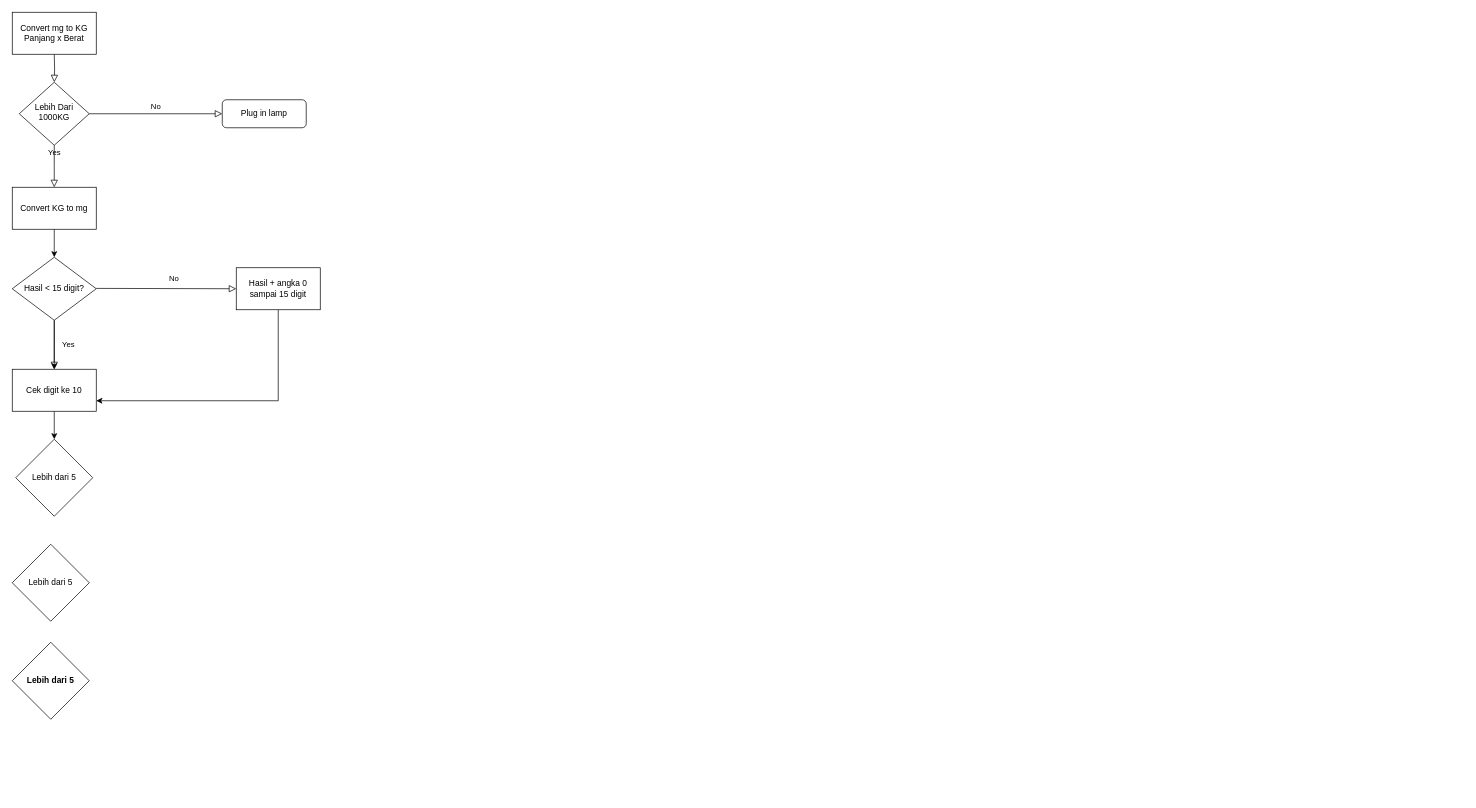
Before: Untitled Diagram.drawio in Rudi16/05_Source-Code, a draw.io diagram. Source tidied: cells renumbered, new cells numbered last; positions are measured from the earlier drawing's top-left corner, leaving out a move shared by most shapes. Both pictures are drawn from the tidied source at 70%, with x=0, y=0 at pixel (12, 12).
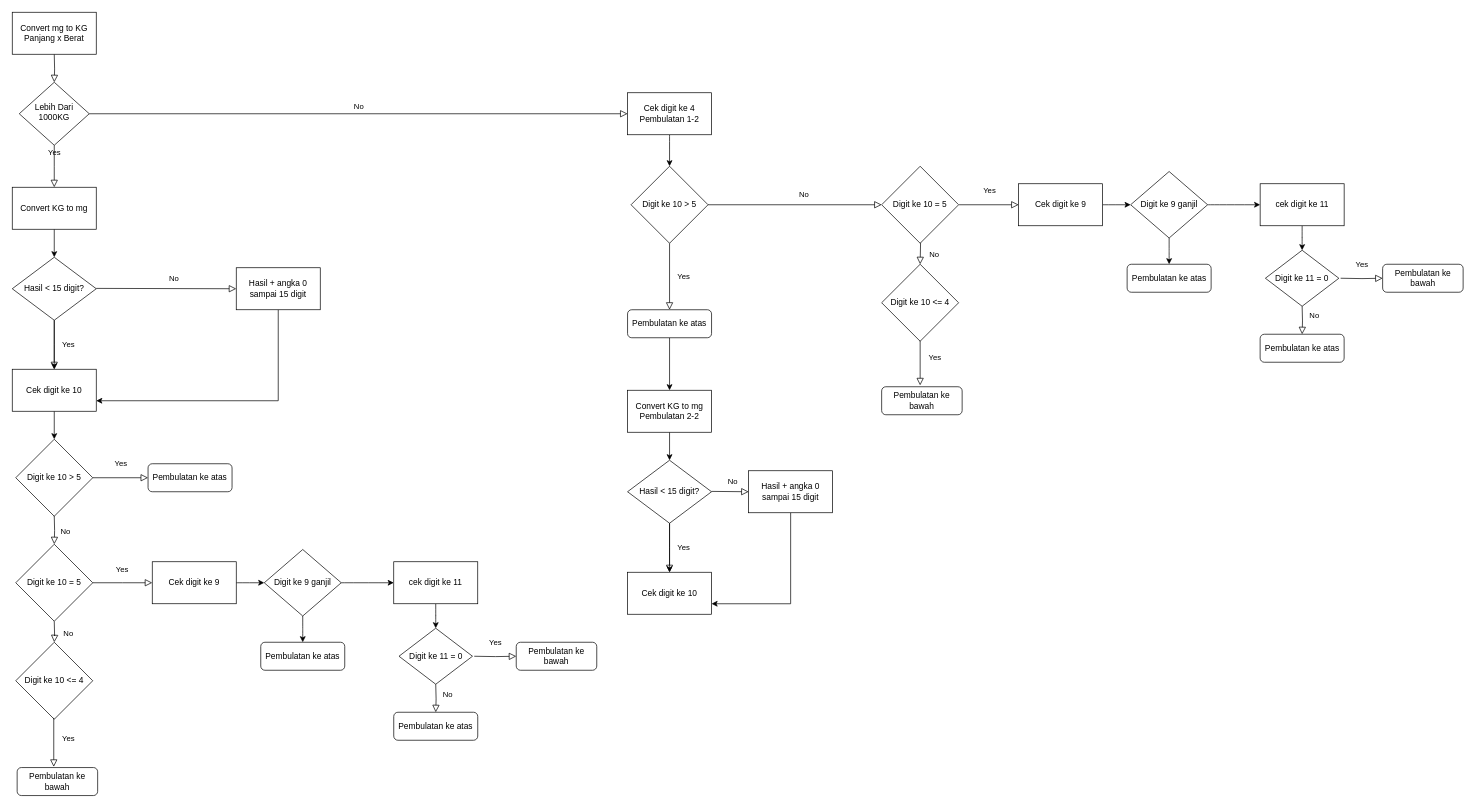
After the change.

The change refers to these unchanged cells:
```xml
<mxCell id="5" value="Lebih Dari 1000KG&lt;br&gt;" style="rhombus;whiteSpace=wrap;html=1;shadow=0;fontFamily=Helvetica;fontSize=12;align=center;strokeWidth=1;spacing=6;spacingTop=-4;" parent="1" vertex="1">
  <mxGeometry x="10" y="100" width="100" height="90" as="geometry" />
</mxCell>
```

The edit, as a diff of the source:
```diff
@@
-    <mxCell id="4" value="No" style="edgeStyle=orthogonalEdgeStyle;rounded=0;html=1;jettySize=auto;fontSize=11;endArrow=block;endFill=0;endSize=8;strokeWidth=1;shadow=0;labelBackgroundColor=none;" parent="1" edge="1" source="5" target="6">
+    <mxCell id="4" value="No" style="edgeStyle=orthogonalEdgeStyle;rounded=0;html=1;jettySize=auto;fontSize=11;endArrow=block;endFill=0;endSize=8;strokeWidth=1;shadow=0;labelBackgroundColor=none;entryX=0;entryY=0.5;entryDx=0;entryDy=0;" parent="1" edge="1" source="5" target="42">
       <mxGeometry y="10" relative="1" as="geometry" />
     </mxCell>
@@
-    <mxCell id="6" value="Plug in lamp" style="rounded=1;whiteSpace=wrap;html=1;fontSize=12;glass=0;strokeWidth=1;shadow=0;" parent="1" vertex="1">
-      <mxGeometry x="300" y="125" width="120" height="40" as="geometry" />
-    </mxCell>
@@
-    <mxCell id="18" value="Lebih dari 5&lt;br&gt;" style="rhombus;whiteSpace=wrap;html=1;" parent="1" vertex="1">
-      <mxGeometry y="760" width="110" height="110" as="geometry" />
+    <mxCell id="18" value="Digit ke 10 = 5" style="rhombus;whiteSpace=wrap;html=1;" parent="1" vertex="1">
+      <mxGeometry x="5" y="760" width="110" height="110" as="geometry" />
     </mxCell>
-    <mxCell id="19" value="Lebih dari 5&lt;br&gt;" style="rhombus;whiteSpace=wrap;html=1;" parent="1" vertex="1">
+    <mxCell id="19" value="Digit ke 10 &amp;gt; 5" style="rhombus;whiteSpace=wrap;html=1;" parent="1" vertex="1">
       <mxGeometry x="5" y="610" width="110" height="110" as="geometry" />
     </mxCell>
-    <mxCell id="20" value="Lebih dari 5&lt;br&gt;" style="rhombus;whiteSpace=wrap;html=1;fontStyle=1;" parent="1" vertex="1">
-      <mxGeometry y="900" width="110" height="110" as="geometry" />
+    <mxCell id="20" value="&lt;span style=&quot;font-weight: 400;&quot;&gt;Digit ke 10 &amp;lt;= 4&lt;/span&gt;" style="rhombus;whiteSpace=wrap;html=1;fontStyle=1;" parent="1" vertex="1">
+      <mxGeometry x="5" y="900" width="110" height="110" as="geometry" />
     </mxCell>
+    <mxCell id="21" value="No" style="edgeStyle=orthogonalEdgeStyle;rounded=0;html=1;jettySize=auto;fontSize=11;endArrow=block;endFill=0;endSize=8;strokeWidth=1;shadow=0;labelBackgroundColor=none;" parent="1" edge="1" target="18">
+      <mxGeometry x="0.1" y="15" relative="1" as="geometry">
+        <mxPoint x="60" y="719.5" as="sourcePoint" />
+        <mxPoint x="1" as="offset" />
+      </mxGeometry>
+    </mxCell>
+    <mxCell id="22" value="No" style="edgeStyle=orthogonalEdgeStyle;rounded=0;html=1;jettySize=auto;fontSize=11;endArrow=block;endFill=0;endSize=8;strokeWidth=1;shadow=0;labelBackgroundColor=none;" parent="1" edge="1" target="20">
+      <mxGeometry x="0.2" y="20" relative="1" as="geometry">
+        <mxPoint x="60" y="870" as="sourcePoint" />
+      </mxGeometry>
+    </mxCell>
+    <mxCell id="23" value="Yes" style="rounded=0;html=1;jettySize=auto;fontSize=11;endArrow=block;endFill=0;endSize=8;strokeWidth=1;shadow=0;labelBackgroundColor=none;edgeStyle=orthogonalEdgeStyle;exitX=1;exitY=0.5;exitDx=0;exitDy=0;entryX=0;entryY=0.5;entryDx=0;entryDy=0;" parent="1" edge="1" source="19" target="24">
+      <mxGeometry y="20" relative="1" as="geometry" />
+    </mxCell>
+    <mxCell id="24" value="Pembulatan ke atas" style="rounded=1;whiteSpace=wrap;html=1;fontSize=12;glass=0;strokeWidth=1;shadow=0;" parent="1" vertex="1">
+      <mxGeometry x="194" y="645" width="120" height="40" as="geometry" />
+    </mxCell>
+    <mxCell id="25" value="Yes" style="rounded=0;html=1;jettySize=auto;fontSize=11;endArrow=block;endFill=0;endSize=8;strokeWidth=1;shadow=0;labelBackgroundColor=none;edgeStyle=orthogonalEdgeStyle;exitX=1;exitY=0.5;exitDx=0;exitDy=0;" parent="1" edge="1" source="18">
+      <mxGeometry y="20" relative="1" as="geometry">
+        <mxPoint x="200" y="815" as="targetPoint" />
+      </mxGeometry>
+    </mxCell>
+    <mxCell id="26" style="edgeStyle=orthogonalEdgeStyle;curved=1;jettySize=auto;html=1;strokeColor=default;" parent="1" edge="1" source="27" target="30">
+      <mxGeometry relative="1" as="geometry" />
+    </mxCell>
+    <mxCell id="27" value="Cek digit ke 9" style="rounded=0;whiteSpace=wrap;html=1;" parent="1" vertex="1">
+      <mxGeometry x="200" y="785" width="120" height="60" as="geometry" />
+    </mxCell>
+    <mxCell id="28" style="edgeStyle=orthogonalEdgeStyle;curved=1;jettySize=auto;html=1;entryX=0.5;entryY=0;entryDx=0;entryDy=0;strokeColor=default;" parent="1" edge="1" source="30" target="31">
+      <mxGeometry relative="1" as="geometry" />
+    </mxCell>
+    <mxCell id="29" style="edgeStyle=orthogonalEdgeStyle;curved=1;jettySize=auto;html=1;strokeColor=default;" parent="1" edge="1" source="30" target="33">
+      <mxGeometry relative="1" as="geometry" />
+    </mxCell>
+    <mxCell id="30" value="Digit ke 9 ganjil" style="rhombus;whiteSpace=wrap;html=1;rounded=0;" parent="1" vertex="1">
+      <mxGeometry x="360" y="767.5" width="110" height="95" as="geometry" />
+    </mxCell>
+    <mxCell id="31" value="Pembulatan ke atas" style="rounded=1;whiteSpace=wrap;html=1;fontSize=12;glass=0;strokeWidth=1;shadow=0;" parent="1" vertex="1">
+      <mxGeometry x="355" y="900" width="120" height="40" as="geometry" />
+    </mxCell>
+    <mxCell id="32" style="edgeStyle=orthogonalEdgeStyle;curved=1;jettySize=auto;html=1;strokeColor=default;" parent="1" edge="1" source="33" target="34">
+      <mxGeometry relative="1" as="geometry" />
+    </mxCell>
+    <mxCell id="33" value="cek digit ke 11" style="whiteSpace=wrap;html=1;rounded=0;" parent="1" vertex="1">
+      <mxGeometry x="545" y="785" width="120" height="60" as="geometry" />
+    </mxCell>
+    <mxCell id="34" value="Digit ke 11 = 0" style="rhombus;whiteSpace=wrap;html=1;rounded=0;direction=south;" parent="1" vertex="1">
+      <mxGeometry x="552.5" y="880" width="105" height="80" as="geometry" />
+    </mxCell>
+    <mxCell id="35" value="Pembulatan ke atas" style="rounded=1;whiteSpace=wrap;html=1;fontSize=12;glass=0;strokeWidth=1;shadow=0;" parent="1" vertex="1">
+      <mxGeometry x="545" y="1000" width="120" height="40" as="geometry" />
+    </mxCell>
+    <mxCell id="36" value="Pembulatan ke bawah" style="rounded=1;whiteSpace=wrap;html=1;fontSize=12;glass=0;strokeWidth=1;shadow=0;" parent="1" vertex="1">
+      <mxGeometry x="720" y="900" width="115" height="40" as="geometry" />
+    </mxCell>
+    <mxCell id="37" value="Yes" style="rounded=0;html=1;jettySize=auto;fontSize=11;endArrow=block;endFill=0;endSize=8;strokeWidth=1;shadow=0;labelBackgroundColor=none;edgeStyle=orthogonalEdgeStyle;entryX=0;entryY=0.5;entryDx=0;entryDy=0;" parent="1" edge="1" target="36">
+      <mxGeometry y="20" relative="1" as="geometry">
+        <mxPoint x="660" y="920" as="sourcePoint" />
+      </mxGeometry>
+    </mxCell>
+    <mxCell id="38" value="No" style="edgeStyle=orthogonalEdgeStyle;rounded=0;html=1;jettySize=auto;fontSize=11;endArrow=block;endFill=0;endSize=8;strokeWidth=1;shadow=0;labelBackgroundColor=none;entryX=0.5;entryY=0;entryDx=0;entryDy=0;" parent="1" edge="1" target="35">
+      <mxGeometry x="-0.33" y="17" relative="1" as="geometry">
+        <mxPoint x="605" y="960" as="sourcePoint" />
+      </mxGeometry>
+    </mxCell>
+    <mxCell id="39" value="Pembulatan ke bawah" style="rounded=1;whiteSpace=wrap;html=1;fontSize=12;glass=0;strokeWidth=1;shadow=0;" parent="1" vertex="1">
+      <mxGeometry x="7" y="1079" width="115" height="40" as="geometry" />
+    </mxCell>
+    <mxCell id="40" value="Yes" style="rounded=0;html=1;jettySize=auto;orthogonalLoop=1;fontSize=11;endArrow=block;endFill=0;endSize=8;strokeWidth=1;shadow=0;labelBackgroundColor=none;edgeStyle=orthogonalEdgeStyle;" parent="1" edge="1">
+      <mxGeometry x="-0.14" y="21" relative="1" as="geometry">
+        <mxPoint x="59.3" y="1008" as="sourcePoint" />
+        <mxPoint x="59.3" y="1078" as="targetPoint" />
+      </mxGeometry>
+    </mxCell>
+    <mxCell id="41" style="edgeStyle=orthogonalEdgeStyle;curved=1;jettySize=auto;html=1;strokeColor=default;" parent="1" edge="1" source="42" target="64">
+      <mxGeometry relative="1" as="geometry" />
+    </mxCell>
+    <mxCell id="42" value="Cek digit ke 4&lt;br&gt;Pembulatan 1-2" style="rounded=0;whiteSpace=wrap;html=1;" parent="1" vertex="1">
+      <mxGeometry x="879" y="115" width="120" height="60" as="geometry" />
+    </mxCell>
+    <mxCell id="43" value="No" style="rounded=0;html=1;jettySize=auto;fontSize=11;endArrow=block;endFill=0;endSize=8;strokeWidth=1;shadow=0;labelBackgroundColor=none;exitX=1;exitY=0.5;exitDx=0;exitDy=0;" parent="1" edge="1" source="64" target="63">
+      <mxGeometry x="0.1" y="15" relative="1" as="geometry">
+        <mxPoint x="1" as="offset" />
+      </mxGeometry>
+    </mxCell>
+    <mxCell id="44" value="No" style="edgeStyle=orthogonalEdgeStyle;rounded=0;html=1;jettySize=auto;fontSize=11;endArrow=block;endFill=0;endSize=8;strokeWidth=1;shadow=0;labelBackgroundColor=none;entryX=0.5;entryY=0;entryDx=0;entryDy=0;" parent="1" edge="1" target="65">
+      <mxGeometry x="0.2" y="20" relative="1" as="geometry">
+        <mxPoint x="1297.7" y="325" as="sourcePoint" />
+      </mxGeometry>
+    </mxCell>
+    <mxCell id="45" value="Yes" style="rounded=0;html=1;jettySize=auto;fontSize=11;endArrow=block;endFill=0;endSize=8;strokeWidth=1;shadow=0;labelBackgroundColor=none;exitX=0.5;exitY=1;exitDx=0;exitDy=0;" parent="1" edge="1" source="64" target="47">
+      <mxGeometry y="20" relative="1" as="geometry" />
+    </mxCell>
+    <mxCell id="46" style="jettySize=auto;html=1;strokeColor=default;entryX=0.5;entryY=0;entryDx=0;entryDy=0;" parent="1" edge="1" source="47" target="68">
+      <mxGeometry relative="1" as="geometry" />
+    </mxCell>
+    <mxCell id="47" value="Pembulatan ke atas" style="rounded=1;whiteSpace=wrap;html=1;fontSize=12;glass=0;strokeWidth=1;shadow=0;" parent="1" vertex="1">
+      <mxGeometry x="879" y="425" width="120" height="40" as="geometry" />
+    </mxCell>
+    <mxCell id="48" value="Yes" style="rounded=0;html=1;jettySize=auto;orthogonalLoop=1;fontSize=11;endArrow=block;endFill=0;endSize=8;strokeWidth=1;shadow=0;labelBackgroundColor=none;edgeStyle=orthogonalEdgeStyle;exitX=1;exitY=0.5;exitDx=0;exitDy=0;" parent="1" edge="1">
+      <mxGeometry y="20" relative="1" as="geometry">
+        <mxPoint x="1352.7" y="275" as="sourcePoint" />
+        <mxPoint x="1437.7" y="275" as="targetPoint" />
+      </mxGeometry>
+    </mxCell>
+    <mxCell id="49" style="edgeStyle=orthogonalEdgeStyle;curved=1;jettySize=auto;html=1;strokeColor=default;" parent="1" edge="1" source="50" target="53">
+      <mxGeometry relative="1" as="geometry" />
+    </mxCell>
+    <mxCell id="50" value="Cek digit ke 9" style="rounded=0;whiteSpace=wrap;html=1;" parent="1" vertex="1">
+      <mxGeometry x="1437.7" y="245" width="120" height="60" as="geometry" />
+    </mxCell>
+    <mxCell id="51" style="edgeStyle=orthogonalEdgeStyle;curved=1;jettySize=auto;html=1;entryX=0.5;entryY=0;entryDx=0;entryDy=0;strokeColor=default;" parent="1" edge="1" source="53" target="54">
+      <mxGeometry relative="1" as="geometry" />
+    </mxCell>
+    <mxCell id="52" style="edgeStyle=orthogonalEdgeStyle;curved=1;jettySize=auto;html=1;strokeColor=default;" parent="1" edge="1" source="53" target="56">
+      <mxGeometry relative="1" as="geometry" />
+    </mxCell>
+    <mxCell id="53" value="Digit ke 9 ganjil" style="rhombus;whiteSpace=wrap;html=1;rounded=0;" parent="1" vertex="1">
+      <mxGeometry x="1597.7" y="227.5" width="110" height="95" as="geometry" />
+    </mxCell>
+    <mxCell id="54" value="Pembulatan ke atas" style="rounded=1;whiteSpace=wrap;html=1;fontSize=12;glass=0;strokeWidth=1;shadow=0;" parent="1" vertex="1">
+      <mxGeometry x="1592.7" y="360" width="120" height="40" as="geometry" />
+    </mxCell>
+    <mxCell id="55" style="edgeStyle=orthogonalEdgeStyle;curved=1;jettySize=auto;html=1;strokeColor=default;" parent="1" edge="1" source="56" target="57">
+      <mxGeometry relative="1" as="geometry" />
+    </mxCell>
+    <mxCell id="56" value="cek digit ke 11" style="whiteSpace=wrap;html=1;rounded=0;" parent="1" vertex="1">
+      <mxGeometry x="1782.7" y="245" width="120" height="60" as="geometry" />
+    </mxCell>
+    <mxCell id="57" value="Digit ke 11 = 0" style="rhombus;whiteSpace=wrap;html=1;rounded=0;direction=south;" parent="1" vertex="1">
+      <mxGeometry x="1790.2" y="340" width="105" height="80" as="geometry" />
+    </mxCell>
+    <mxCell id="58" value="Pembulatan ke atas" style="rounded=1;whiteSpace=wrap;html=1;fontSize=12;glass=0;strokeWidth=1;shadow=0;" parent="1" vertex="1">
+      <mxGeometry x="1782.7" y="460" width="120" height="40" as="geometry" />
+    </mxCell>
+    <mxCell id="59" value="Pembulatan ke bawah" style="rounded=1;whiteSpace=wrap;html=1;fontSize=12;glass=0;strokeWidth=1;shadow=0;" parent="1" vertex="1">
+      <mxGeometry x="1957.7" y="360" width="115" height="40" as="geometry" />
+    </mxCell>
+    <mxCell id="60" value="Yes" style="rounded=0;html=1;jettySize=auto;fontSize=11;endArrow=block;endFill=0;endSize=8;strokeWidth=1;shadow=0;labelBackgroundColor=none;edgeStyle=orthogonalEdgeStyle;entryX=0;entryY=0.5;entryDx=0;entryDy=0;" parent="1" edge="1" target="59">
+      <mxGeometry y="20" relative="1" as="geometry">
+        <mxPoint x="1897.7" y="380" as="sourcePoint" />
+      </mxGeometry>
+    </mxCell>
+    <mxCell id="61" value="No" style="edgeStyle=orthogonalEdgeStyle;rounded=0;html=1;jettySize=auto;fontSize=11;endArrow=block;endFill=0;endSize=8;strokeWidth=1;shadow=0;labelBackgroundColor=none;entryX=0.5;entryY=0;entryDx=0;entryDy=0;" parent="1" edge="1" target="58">
+      <mxGeometry x="-0.33" y="17" relative="1" as="geometry">
+        <mxPoint x="1842.7" y="420" as="sourcePoint" />
+      </mxGeometry>
+    </mxCell>
+    <mxCell id="62" value="Yes" style="rounded=0;html=1;jettySize=auto;orthogonalLoop=1;fontSize=11;endArrow=block;endFill=0;endSize=8;strokeWidth=1;shadow=0;labelBackgroundColor=none;edgeStyle=orthogonalEdgeStyle;" parent="1" edge="1">
+      <mxGeometry x="-0.14" y="21" relative="1" as="geometry">
+        <mxPoint x="1297" y="463" as="sourcePoint" />
+        <mxPoint x="1297" y="533" as="targetPoint" />
+      </mxGeometry>
+    </mxCell>
+    <mxCell id="63" value="Digit ke 10 = 5" style="rhombus;whiteSpace=wrap;html=1;" parent="1" vertex="1">
+      <mxGeometry x="1242" y="220" width="110" height="110" as="geometry" />
+    </mxCell>
+    <mxCell id="64" value="Digit ke 10 &amp;gt; 5" style="rhombus;whiteSpace=wrap;html=1;" parent="1" vertex="1">
+      <mxGeometry x="884" y="220" width="110" height="110" as="geometry" />
+    </mxCell>
+    <mxCell id="65" value="&lt;span style=&quot;font-weight: 400;&quot;&gt;Digit ke 10 &amp;lt;= 4&lt;/span&gt;" style="rhombus;whiteSpace=wrap;html=1;fontStyle=1;" parent="1" vertex="1">
+      <mxGeometry x="1242" y="360" width="110" height="110" as="geometry" />
+    </mxCell>
+    <mxCell id="66" value="Pembulatan ke bawah" style="rounded=1;whiteSpace=wrap;html=1;fontSize=12;glass=0;strokeWidth=1;shadow=0;" parent="1" vertex="1">
+      <mxGeometry x="1242" y="535" width="115" height="40" as="geometry" />
+    </mxCell>
+    <mxCell id="67" style="edgeStyle=orthogonalEdgeStyle;rounded=0;jettySize=auto;html=1;entryX=0.5;entryY=0;entryDx=0;entryDy=0;" parent="1" edge="1" source="68" target="70">
+      <mxGeometry relative="1" as="geometry" />
+    </mxCell>
+    <mxCell id="68" value="Convert KG to mg&lt;br&gt;Pembulatan 2-2" style="rounded=0;whiteSpace=wrap;html=1;" parent="1" vertex="1">
+      <mxGeometry x="879" y="540" width="120" height="60" as="geometry" />
+    </mxCell>
+    <mxCell id="69" style="edgeStyle=orthogonalEdgeStyle;rounded=0;jettySize=auto;html=1;" parent="1" edge="1" source="70">
+      <mxGeometry relative="1" as="geometry">
+        <mxPoint x="939" y="800" as="targetPoint" />
+      </mxGeometry>
+    </mxCell>
+    <mxCell id="70" value="Hasil &amp;lt; 15 digit?" style="rhombus;whiteSpace=wrap;html=1;" parent="1" vertex="1">
+      <mxGeometry x="879" y="640" width="120" height="90" as="geometry" />
+    </mxCell>
+    <mxCell id="71" style="edgeStyle=orthogonalEdgeStyle;rounded=0;jettySize=auto;html=1;entryX=1;entryY=0.75;entryDx=0;entryDy=0;" parent="1" edge="1" source="72" target="73">
+      <mxGeometry relative="1" as="geometry">
+        <Array as="points">
+          <mxPoint x="1112" y="845" />
+        </Array>
+      </mxGeometry>
+    </mxCell>
+    <mxCell id="72" value="Hasil + angka 0 sampai 15 digit" style="rounded=0;whiteSpace=wrap;html=1;" parent="1" vertex="1">
+      <mxGeometry x="1052" y="655" width="120" height="60" as="geometry" />
+    </mxCell>
+    <mxCell id="73" value="Cek digit ke 10" style="rounded=0;whiteSpace=wrap;html=1;" parent="1" vertex="1">
+      <mxGeometry x="879" y="800" width="120" height="60" as="geometry" />
+    </mxCell>
+    <mxCell id="74" value="No" style="edgeStyle=orthogonalEdgeStyle;rounded=0;html=1;jettySize=auto;fontSize=11;endArrow=block;endFill=0;endSize=8;strokeWidth=1;shadow=0;labelBackgroundColor=none;entryX=0;entryY=0.5;entryDx=0;entryDy=0;" parent="1" edge="1" target="72">
+      <mxGeometry x="0.1" y="15" relative="1" as="geometry">
+        <mxPoint x="999" y="684.5" as="sourcePoint" />
+        <mxPoint x="1" as="offset" />
+      </mxGeometry>
+    </mxCell>
+    <mxCell id="75" value="Yes" style="rounded=0;html=1;jettySize=auto;fontSize=11;endArrow=block;endFill=0;endSize=8;strokeWidth=1;shadow=0;labelBackgroundColor=none;edgeStyle=orthogonalEdgeStyle;" parent="1" edge="1" source="70" target="73">
+      <mxGeometry y="20" relative="1" as="geometry" />
+    </mxCell>
```
